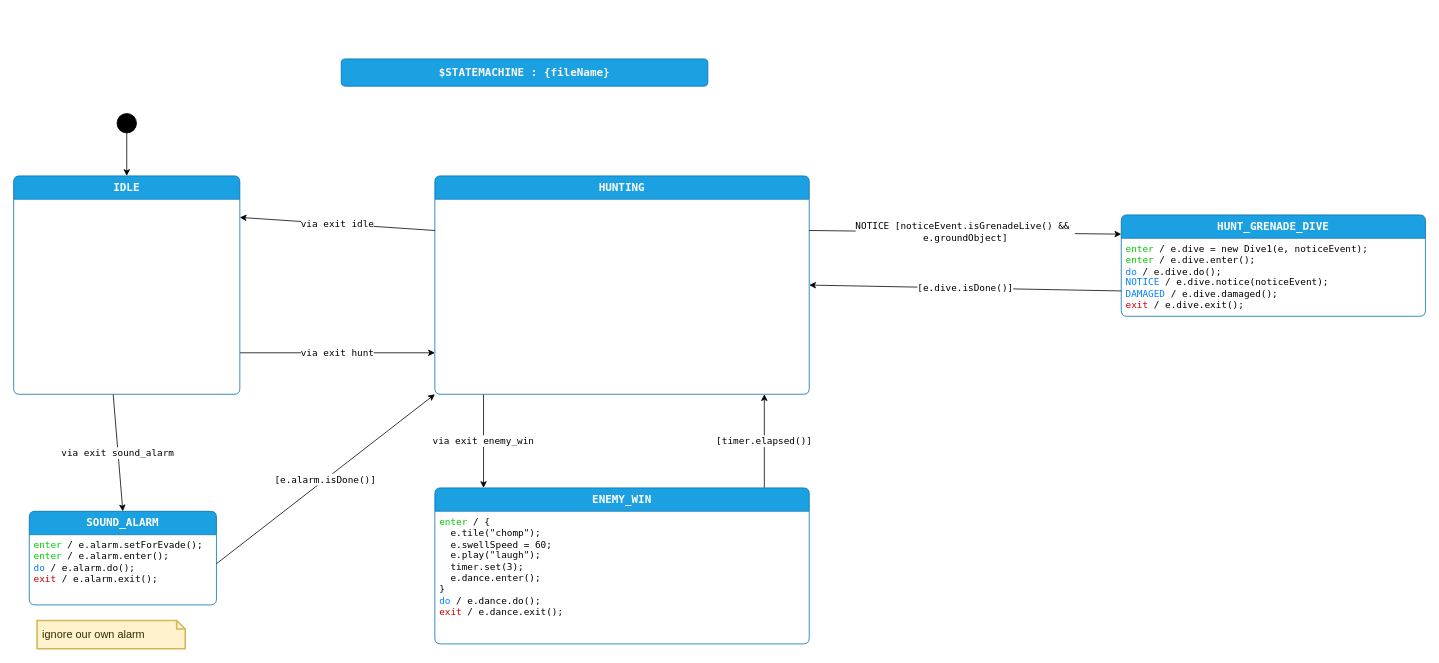
The draw.io diagram page "design" (1 of 3) of enemy3/Enemy3Sm.drawio in adamfk/game-fsm-examples, before the edit. Source tidied: cells renumbered, new cells numbered last; positions are measured from the earlier drawing's top-left corner, leaving out a move shared by most shapes. Both pictures are drawn from the tidied source at 78%, with x=0, y=0 at pixel (13, 58).
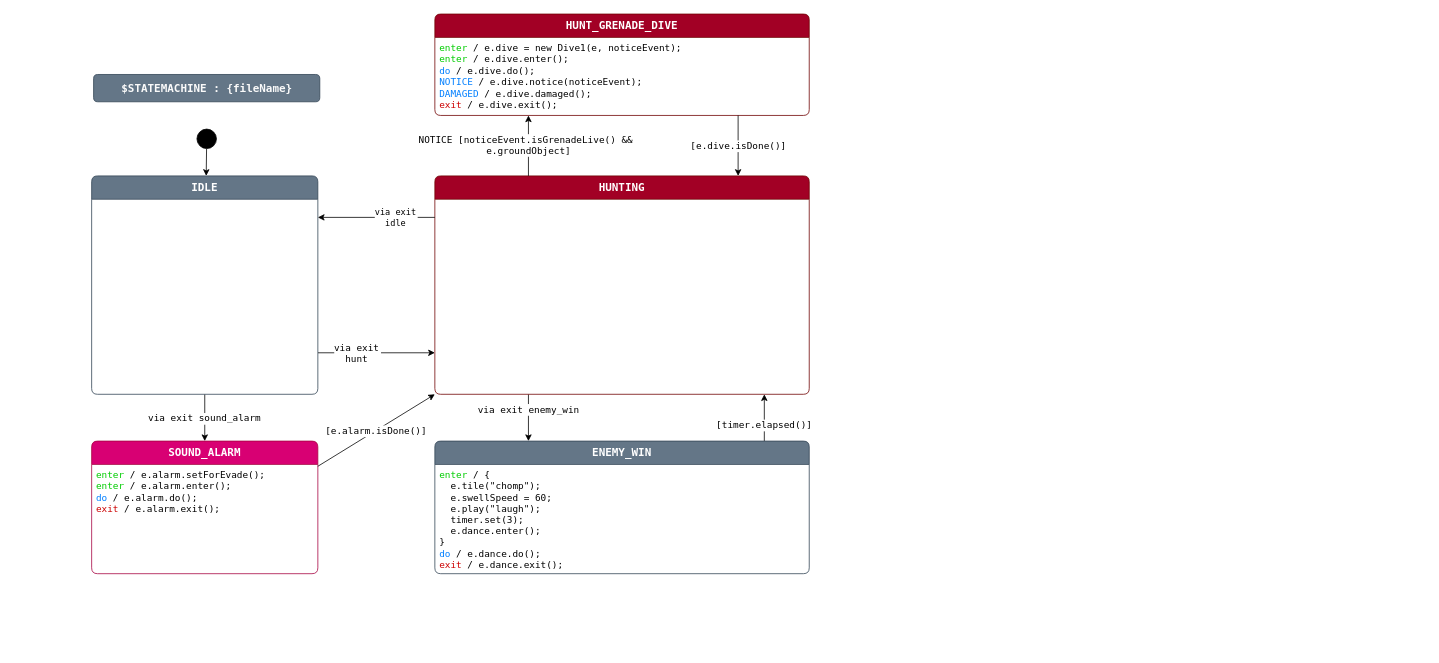
After the change.

Diff of the diagram source:
```diff
@@
-    <mxCell id="2" value="&lt;span style=&quot;color: rgb(250, 250, 250); font-family: &amp;quot;Lucida Console&amp;quot;; font-size: 14px; font-weight: 700; text-wrap: nowrap;&quot;&gt;$STATEMACHINE : {fileName}&lt;/span&gt;" style="rounded=1;whiteSpace=wrap;html=1;fillColor=#1ba1e2;fontColor=#ffffff;strokeColor=#006EAF;" parent="1" vertex="1">
-      <mxGeometry x="420" width="470" height="35" as="geometry" />
+    <mxCell id="2" value="&lt;span style=&quot;color: rgb(250, 250, 250); font-family: &amp;quot;Lucida Console&amp;quot;; font-size: 14px; font-weight: 700; text-wrap: nowrap;&quot;&gt;$STATEMACHINE : {fileName}&lt;/span&gt;" style="rounded=1;whiteSpace=wrap;html=1;fillColor=#647687;fontColor=#ffffff;strokeColor=#314354;" parent="1" vertex="1">
+      <mxGeometry x="102.5" y="20" width="290" height="35" as="geometry" />
     </mxCell>
-    <mxCell id="3" value="via exit enemy_win" style="shape=connector;rounded=0;html=1;exitX=0.13;exitY=1;exitDx=0;exitDy=0;exitPerimeter=0;entryX=0.13;entryY=0;entryDx=0;entryDy=0;entryPerimeter=0;labelBackgroundColor=default;strokeColor=default;fontFamily=Lucida Console;fontSize=12;fontColor=default;endArrow=classic;" parent="1" edge="1" source="4" target="6">
-      <mxGeometry relative="1" as="geometry" />
+    <mxCell id="3" value="via exit enemy_win" style="shape=connector;rounded=0;html=1;exitX=0.25;exitY=1;exitDx=0;exitDy=0;exitPerimeter=0;entryX=0.25;entryY=0;entryDx=0;entryDy=0;entryPerimeter=0;labelBackgroundColor=default;strokeColor=default;fontFamily=Lucida Console;fontSize=12;fontColor=default;endArrow=classic;" parent="1" edge="1" source="4" target="6">
+      <mxGeometry x="-0.33" relative="1" as="geometry" />
     </mxCell>
-    <mxCell id="4" value="HUNTING" style="shape=swimlane;align=center;verticalAlign=top;fontFamily=Lucida Console;startSize=30;fontSize=14;fontStyle=1;fontColor=#ffffff;fillColor=#1ba1e2;swimlaneFillColor=default;rounded=1;arcSize=15;absoluteArcSize=1;points=[[0,0,0,0,0],[0,0.06,0,0,0],[0,0.13,0,0,0],[0,0.19,0,0,0],[0,0.25,0,0,0],[0,0.31,0,0,0],[0,0.38,0,0,0],[0,0.44,0,0,0],[0,0.5,0,0,0],[0,0.56,0,0,0],[0,0.63,0,0,0],[0,0.69,0,0,0],[0,0.75,0,0,0],[0,0.81,0,0,0],[0,0.88,0,0,0],[0,0.94,0,0,0],[0,1,0,0,0],[0.06,0,0,0,0],[0.06,1,0,0,0],[0.13,0,0,0,0],[0.13,1,0,0,0],[0.19,0,0,0,0],[0.19,1,0,0,0],[0.25,0,0,0,0],[0.25,1,0,0,0],[0.31,0,0,0,0],[0.31,1,0,0,0],[0.38,0,0,0,0],[0.38,1,0,0,0],[0.44,0,0,0,0],[0.44,1,0,0,0],[0.5,0,0,0,0],[0.5,1,0,0,0],[0.56,0,0,0,0],[0.56,1,0,0,0],[0.63,0,0,0,0],[0.63,1,0,0,0],[0.69,0,0,0,0],[0.69,1,0,0,0],[0.75,0,0,0,0],[0.75,1,0,0,0],[0.81,0,0,0,0],[0.81,1,0,0,0],[0.88,0,0,0,0],[0.88,1,0,0,0],[0.94,0,0,0,0],[0.94,1,0,0,0],[1,0,0,0,0],[1,0.06,0,0,0],[1,0.13,0,0,0],[1,0.19,0,0,0],[1,0.25,0,0,0],[1,0.31,0,0,0],[1,0.38,0,0,0],[1,0.44,0,0,0],[1,0.5,0,0,0],[1,0.56,0,0,0],[1,0.63,0,0,0],[1,0.69,0,0,0],[1,0.75,0,0,0],[1,0.81,0,0,0],[1,0.88,0,0,0],[1,0.94,0,0,0],[1,1,0,0,0]];strokeColor=#006EAF;labelBackgroundColor=none;" parent="1" vertex="1" collapsed="1">
+    <mxCell id="4" value="HUNTING" style="shape=swimlane;align=center;verticalAlign=top;fontFamily=Lucida Console;startSize=30;fontSize=14;fontStyle=1;fontColor=#ffffff;fillColor=#a20025;swimlaneFillColor=default;rounded=1;arcSize=15;absoluteArcSize=1;points=[[0,0,0,0,0],[0,0.06,0,0,0],[0,0.13,0,0,0],[0,0.19,0,0,0],[0,0.25,0,0,0],[0,0.31,0,0,0],[0,0.38,0,0,0],[0,0.44,0,0,0],[0,0.5,0,0,0],[0,0.56,0,0,0],[0,0.63,0,0,0],[0,0.69,0,0,0],[0,0.75,0,0,0],[0,0.81,0,0,0],[0,0.88,0,0,0],[0,0.94,0,0,0],[0,1,0,0,0],[0.06,0,0,0,0],[0.06,1,0,0,0],[0.13,0,0,0,0],[0.13,1,0,0,0],[0.19,0,0,0,0],[0.19,1,0,0,0],[0.25,0,0,0,0],[0.25,1,0,0,0],[0.31,0,0,0,0],[0.31,1,0,0,0],[0.38,0,0,0,0],[0.38,1,0,0,0],[0.44,0,0,0,0],[0.44,1,0,0,0],[0.5,0,0,0,0],[0.5,1,0,0,0],[0.56,0,0,0,0],[0.56,1,0,0,0],[0.63,0,0,0,0],[0.63,1,0,0,0],[0.69,0,0,0,0],[0.69,1,0,0,0],[0.75,0,0,0,0],[0.75,1,0,0,0],[0.81,0,0,0,0],[0.81,1,0,0,0],[0.88,0,0,0,0],[0.88,1,0,0,0],[0.94,0,0,0,0],[0.94,1,0,0,0],[1,0,0,0,0],[1,0.06,0,0,0],[1,0.13,0,0,0],[1,0.19,0,0,0],[1,0.25,0,0,0],[1,0.31,0,0,0],[1,0.38,0,0,0],[1,0.44,0,0,0],[1,0.5,0,0,0],[1,0.56,0,0,0],[1,0.63,0,0,0],[1,0.69,0,0,0],[1,0.75,0,0,0],[1,0.81,0,0,0],[1,0.88,0,0,0],[1,0.94,0,0,0],[1,1,0,0,0]];strokeColor=#6F0000;labelBackgroundColor=none;" parent="1" vertex="1" collapsed="1">
       <mxGeometry x="540" y="150" width="480" height="280" as="geometry" />
     </mxCell>
     <mxCell id="5" value="[timer.elapsed()]" style="shape=connector;rounded=0;html=1;exitX=0.88;exitY=0;exitDx=0;exitDy=0;exitPerimeter=0;entryX=0.88;entryY=1;entryDx=0;entryDy=0;entryPerimeter=0;labelBackgroundColor=default;strokeColor=default;fontFamily=Lucida Console;fontSize=12;fontColor=default;endArrow=classic;" parent="1" edge="1" source="6" target="4">
-      <mxGeometry relative="1" as="geometry" />
+      <mxGeometry x="-0.33" relative="1" as="geometry" />
     </mxCell>
-    <mxCell id="6" value="ENEMY_WIN" style="shape=swimlane;align=center;verticalAlign=top;fontFamily=Lucida Console;startSize=30;fontSize=14;fontStyle=1;fontColor=#ffffff;fillColor=#1ba1e2;swimlaneFillColor=default;rounded=1;arcSize=15;absoluteArcSize=1;points=[[0,0,0,0,0],[0,0.06,0,0,0],[0,0.13,0,0,0],[0,0.19,0,0,0],[0,0.25,0,0,0],[0,0.31,0,0,0],[0,0.38,0,0,0],[0,0.44,0,0,0],[0,0.5,0,0,0],[0,0.56,0,0,0],[0,0.63,0,0,0],[0,0.69,0,0,0],[0,0.75,0,0,0],[0,0.81,0,0,0],[0,0.88,0,0,0],[0,0.94,0,0,0],[0,1,0,0,0],[0.06,0,0,0,0],[0.06,1,0,0,0],[0.13,0,0,0,0],[0.13,1,0,0,0],[0.19,0,0,0,0],[0.19,1,0,0,0],[0.25,0,0,0,0],[0.25,1,0,0,0],[0.31,0,0,0,0],[0.31,1,0,0,0],[0.38,0,0,0,0],[0.38,1,0,0,0],[0.44,0,0,0,0],[0.44,1,0,0,0],[0.5,0,0,0,0],[0.5,1,0,0,0],[0.56,0,0,0,0],[0.56,1,0,0,0],[0.63,0,0,0,0],[0.63,1,0,0,0],[0.69,0,0,0,0],[0.69,1,0,0,0],[0.75,0,0,0,0],[0.75,1,0,0,0],[0.81,0,0,0,0],[0.81,1,0,0,0],[0.88,0,0,0,0],[0.88,1,0,0,0],[0.94,0,0,0,0],[0.94,1,0,0,0],[1,0,0,0,0],[1,0.06,0,0,0],[1,0.13,0,0,0],[1,0.19,0,0,0],[1,0.25,0,0,0],[1,0.31,0,0,0],[1,0.38,0,0,0],[1,0.44,0,0,0],[1,0.5,0,0,0],[1,0.56,0,0,0],[1,0.63,0,0,0],[1,0.69,0,0,0],[1,0.75,0,0,0],[1,0.81,0,0,0],[1,0.88,0,0,0],[1,0.94,0,0,0],[1,1,0,0,0]];strokeColor=#006EAF;labelBackgroundColor=none;" parent="1" vertex="1">
-      <mxGeometry x="540" y="550" width="480" height="200" as="geometry" />
+    <mxCell id="6" value="ENEMY_WIN" style="shape=swimlane;align=center;verticalAlign=top;fontFamily=Lucida Console;startSize=30;fontSize=14;fontStyle=1;fontColor=#ffffff;fillColor=#647687;swimlaneFillColor=default;rounded=1;arcSize=15;absoluteArcSize=1;points=[[0,0,0,0,0],[0,0.06,0,0,0],[0,0.13,0,0,0],[0,0.19,0,0,0],[0,0.25,0,0,0],[0,0.31,0,0,0],[0,0.38,0,0,0],[0,0.44,0,0,0],[0,0.5,0,0,0],[0,0.56,0,0,0],[0,0.63,0,0,0],[0,0.69,0,0,0],[0,0.75,0,0,0],[0,0.81,0,0,0],[0,0.88,0,0,0],[0,0.94,0,0,0],[0,1,0,0,0],[0.06,0,0,0,0],[0.06,1,0,0,0],[0.13,0,0,0,0],[0.13,1,0,0,0],[0.19,0,0,0,0],[0.19,1,0,0,0],[0.25,0,0,0,0],[0.25,1,0,0,0],[0.31,0,0,0,0],[0.31,1,0,0,0],[0.38,0,0,0,0],[0.38,1,0,0,0],[0.44,0,0,0,0],[0.44,1,0,0,0],[0.5,0,0,0,0],[0.5,1,0,0,0],[0.56,0,0,0,0],[0.56,1,0,0,0],[0.63,0,0,0,0],[0.63,1,0,0,0],[0.69,0,0,0,0],[0.69,1,0,0,0],[0.75,0,0,0,0],[0.75,1,0,0,0],[0.81,0,0,0,0],[0.81,1,0,0,0],[0.88,0,0,0,0],[0.88,1,0,0,0],[0.94,0,0,0,0],[0.94,1,0,0,0],[1,0,0,0,0],[1,0.06,0,0,0],[1,0.13,0,0,0],[1,0.19,0,0,0],[1,0.25,0,0,0],[1,0.31,0,0,0],[1,0.38,0,0,0],[1,0.44,0,0,0],[1,0.5,0,0,0],[1,0.56,0,0,0],[1,0.63,0,0,0],[1,0.69,0,0,0],[1,0.75,0,0,0],[1,0.81,0,0,0],[1,0.88,0,0,0],[1,0.94,0,0,0],[1,1,0,0,0]];strokeColor=#314354;labelBackgroundColor=none;" parent="1" vertex="1">
+      <mxGeometry x="540" y="490" width="480" height="170" as="geometry" />
     </mxCell>
@@
-    <mxCell id="8" value="via exit hunt" style="edgeStyle=none;html=1;exitX=1;exitY=0.81;exitDx=0;exitDy=0;exitPerimeter=0;entryX=0;entryY=0.81;entryDx=0;entryDy=0;entryPerimeter=0;fontSize=12;fontFamily=Lucida Console;" parent="1" edge="1" source="10" target="4">
-      <mxGeometry relative="1" as="geometry" />
+    <mxCell id="8" value="via exit&#10;hunt" style="edgeStyle=none;exitX=1;exitY=0.81;exitDx=0;exitDy=0;exitPerimeter=0;entryX=0;entryY=0.81;entryDx=0;entryDy=0;entryPerimeter=0;fontSize=12;fontFamily=Lucida Console;" parent="1" edge="1" source="10" target="4">
+      <mxGeometry x="-0.33" relative="1" as="geometry" />
     </mxCell>
-    <mxCell id="9" value="via exit sound_alarm" style="edgeStyle=none;html=0;exitX=0.44;exitY=1;exitDx=0;exitDy=0;exitPerimeter=0;entryX=0.5;entryY=0;entryDx=0;entryDy=0;entryPerimeter=0;fontFamily=Lucida Console;fontSize=12;" parent="1" edge="1" source="10" target="14">
+    <mxCell id="9" value="via exit sound_alarm" style="edgeStyle=none;html=0;exitX=0.5;exitY=1;exitDx=0;exitDy=0;exitPerimeter=0;entryX=0.5;entryY=0;entryDx=0;entryDy=0;entryPerimeter=0;fontFamily=Lucida Console;fontSize=12;" parent="1" edge="1" source="10" target="14">
       <mxGeometry relative="1" as="geometry" />
     </mxCell>
-    <mxCell id="10" value="IDLE" style="shape=swimlane;align=center;verticalAlign=top;fontFamily=Lucida Console;startSize=30;fontSize=14;fontStyle=1;fontColor=#ffffff;fillColor=#1ba1e2;swimlaneFillColor=default;rounded=1;arcSize=15;absoluteArcSize=1;points=[[0,0,0,0,0],[0,0.06,0,0,0],[0,0.13,0,0,0],[0,0.19,0,0,0],[0,0.25,0,0,0],[0,0.31,0,0,0],[0,0.38,0,0,0],[0,0.44,0,0,0],[0,0.5,0,0,0],[0,0.56,0,0,0],[0,0.63,0,0,0],[0,0.69,0,0,0],[0,0.75,0,0,0],[0,0.81,0,0,0],[0,0.88,0,0,0],[0,0.94,0,0,0],[0,1,0,0,0],[0.06,0,0,0,0],[0.06,1,0,0,0],[0.13,0,0,0,0],[0.13,1,0,0,0],[0.19,0,0,0,0],[0.19,1,0,0,0],[0.25,0,0,0,0],[0.25,1,0,0,0],[0.31,0,0,0,0],[0.31,1,0,0,0],[0.38,0,0,0,0],[0.38,1,0,0,0],[0.44,0,0,0,0],[0.44,1,0,0,0],[0.5,0,0,0,0],[0.5,1,0,0,0],[0.56,0,0,0,0],[0.56,1,0,0,0],[0.63,0,0,0,0],[0.63,1,0,0,0],[0.69,0,0,0,0],[0.69,1,0,0,0],[0.75,0,0,0,0],[0.75,1,0,0,0],[0.81,0,0,0,0],[0.81,1,0,0,0],[0.88,0,0,0,0],[0.88,1,0,0,0],[0.94,0,0,0,0],[0.94,1,0,0,0],[1,0,0,0,0],[1,0.06,0,0,0],[1,0.13,0,0,0],[1,0.19,0,0,0],[1,0.25,0,0,0],[1,0.31,0,0,0],[1,0.38,0,0,0],[1,0.44,0,0,0],[1,0.5,0,0,0],[1,0.56,0,0,0],[1,0.63,0,0,0],[1,0.69,0,0,0],[1,0.75,0,0,0],[1,0.81,0,0,0],[1,0.88,0,0,0],[1,0.94,0,0,0],[1,1,0,0,0]];strokeColor=#006EAF;labelBackgroundColor=none;" parent="1" vertex="1" collapsed="1">
-      <mxGeometry y="150" width="290" height="280" as="geometry" />
+    <mxCell id="10" value="IDLE" style="shape=swimlane;align=center;verticalAlign=top;fontFamily=Lucida Console;startSize=30;fontSize=14;fontStyle=1;fontColor=#ffffff;fillColor=#647687;swimlaneFillColor=default;rounded=1;arcSize=15;absoluteArcSize=1;points=[[0,0,0,0,0],[0,0.06,0,0,0],[0,0.13,0,0,0],[0,0.19,0,0,0],[0,0.25,0,0,0],[0,0.31,0,0,0],[0,0.38,0,0,0],[0,0.44,0,0,0],[0,0.5,0,0,0],[0,0.56,0,0,0],[0,0.63,0,0,0],[0,0.69,0,0,0],[0,0.75,0,0,0],[0,0.81,0,0,0],[0,0.88,0,0,0],[0,0.94,0,0,0],[0,1,0,0,0],[0.06,0,0,0,0],[0.06,1,0,0,0],[0.13,0,0,0,0],[0.13,1,0,0,0],[0.19,0,0,0,0],[0.19,1,0,0,0],[0.25,0,0,0,0],[0.25,1,0,0,0],[0.31,0,0,0,0],[0.31,1,0,0,0],[0.38,0,0,0,0],[0.38,1,0,0,0],[0.44,0,0,0,0],[0.44,1,0,0,0],[0.5,0,0,0,0],[0.5,1,0,0,0],[0.56,0,0,0,0],[0.56,1,0,0,0],[0.63,0,0,0,0],[0.63,1,0,0,0],[0.69,0,0,0,0],[0.69,1,0,0,0],[0.75,0,0,0,0],[0.75,1,0,0,0],[0.81,0,0,0,0],[0.81,1,0,0,0],[0.88,0,0,0,0],[0.88,1,0,0,0],[0.94,0,0,0,0],[0.94,1,0,0,0],[1,0,0,0,0],[1,0.06,0,0,0],[1,0.13,0,0,0],[1,0.19,0,0,0],[1,0.25,0,0,0],[1,0.31,0,0,0],[1,0.38,0,0,0],[1,0.44,0,0,0],[1,0.5,0,0,0],[1,0.56,0,0,0],[1,0.63,0,0,0],[1,0.69,0,0,0],[1,0.75,0,0,0],[1,0.81,0,0,0],[1,0.88,0,0,0],[1,0.94,0,0,0],[1,1,0,0,0]];strokeColor=#314354;labelBackgroundColor=none;" parent="1" vertex="1" collapsed="1">
+      <mxGeometry x="100" y="150" width="290" height="280" as="geometry" />
     </mxCell>
-    <mxCell id="11" value="&lt;font face=&quot;Lucida Console&quot;&gt;&lt;span style=&quot;font-size: 12px;&quot;&gt;via exit idle&lt;/span&gt;&lt;/font&gt;" style="edgeStyle=none;html=1;exitX=0;exitY=0.25;exitDx=0;exitDy=0;exitPerimeter=0;entryX=1;entryY=0.19;entryDx=0;entryDy=0;entryPerimeter=0;" parent="1" edge="1" source="4" target="10">
-      <mxGeometry relative="1" as="geometry" />
+    <mxCell id="11" value="via exit&#10;idle" style="edgeStyle=none;entryX=1;entryY=0.19;entryDx=0;entryDy=0;entryPerimeter=0;exitX=0;exitY=0.19;exitDx=0;exitDy=0;exitPerimeter=0;fontFamily=Lucida Console;" parent="1" edge="1" source="4" target="10">
+      <mxGeometry x="-0.33" relative="1" as="geometry" />
     </mxCell>
@@
     <mxCell id="13" value="$initial_state" style="shape=ellipse;fillColor=#000000;noLabel=1;" parent="1" vertex="1">
-      <mxGeometry x="132.5" y="70" width="25" height="25" as="geometry" />
+      <mxGeometry x="235" y="90" width="25" height="25" as="geometry" />
     </mxCell>
-    <mxCell id="14" value="SOUND_ALARM" style="shape=swimlane;align=center;verticalAlign=top;fontFamily=Lucida Console;startSize=30;fontSize=14;fontStyle=1;fontColor=#ffffff;fillColor=#1ba1e2;swimlaneFillColor=default;rounded=1;arcSize=15;absoluteArcSize=1;points=[[0,0,0,0,0],[0,0.06,0,0,0],[0,0.13,0,0,0],[0,0.19,0,0,0],[0,0.25,0,0,0],[0,0.31,0,0,0],[0,0.38,0,0,0],[0,0.44,0,0,0],[0,0.5,0,0,0],[0,0.56,0,0,0],[0,0.63,0,0,0],[0,0.69,0,0,0],[0,0.75,0,0,0],[0,0.81,0,0,0],[0,0.88,0,0,0],[0,0.94,0,0,0],[0,1,0,0,0],[0.06,0,0,0,0],[0.06,1,0,0,0],[0.13,0,0,0,0],[0.13,1,0,0,0],[0.19,0,0,0,0],[0.19,1,0,0,0],[0.25,0,0,0,0],[0.25,1,0,0,0],[0.31,0,0,0,0],[0.31,1,0,0,0],[0.38,0,0,0,0],[0.38,1,0,0,0],[0.44,0,0,0,0],[0.44,1,0,0,0],[0.5,0,0,0,0],[0.5,1,0,0,0],[0.56,0,0,0,0],[0.56,1,0,0,0],[0.63,0,0,0,0],[0.63,1,0,0,0],[0.69,0,0,0,0],[0.69,1,0,0,0],[0.75,0,0,0,0],[0.75,1,0,0,0],[0.81,0,0,0,0],[0.81,1,0,0,0],[0.88,0,0,0,0],[0.88,1,0,0,0],[0.94,0,0,0,0],[0.94,1,0,0,0],[1,0,0,0,0],[1,0.06,0,0,0],[1,0.13,0,0,0],[1,0.19,0,0,0],[1,0.25,0,0,0],[1,0.31,0,0,0],[1,0.38,0,0,0],[1,0.44,0,0,0],[1,0.5,0,0,0],[1,0.56,0,0,0],[1,0.63,0,0,0],[1,0.69,0,0,0],[1,0.75,0,0,0],[1,0.81,0,0,0],[1,0.88,0,0,0],[1,0.94,0,0,0],[1,1,0,0,0]];strokeColor=#006EAF;labelBackgroundColor=none;" parent="1" vertex="1">
-      <mxGeometry x="20" y="580" width="240" height="120" as="geometry" />
+    <mxCell id="14" value="SOUND_ALARM" style="shape=swimlane;align=center;verticalAlign=top;fontFamily=Lucida Console;startSize=30;fontSize=14;fontStyle=1;fontColor=#ffffff;fillColor=#d80073;swimlaneFillColor=default;rounded=1;arcSize=15;absoluteArcSize=1;points=[[0,0,0,0,0],[0,0.06,0,0,0],[0,0.13,0,0,0],[0,0.19,0,0,0],[0,0.25,0,0,0],[0,0.31,0,0,0],[0,0.38,0,0,0],[0,0.44,0,0,0],[0,0.5,0,0,0],[0,0.56,0,0,0],[0,0.63,0,0,0],[0,0.69,0,0,0],[0,0.75,0,0,0],[0,0.81,0,0,0],[0,0.88,0,0,0],[0,0.94,0,0,0],[0,1,0,0,0],[0.06,0,0,0,0],[0.06,1,0,0,0],[0.13,0,0,0,0],[0.13,1,0,0,0],[0.19,0,0,0,0],[0.19,1,0,0,0],[0.25,0,0,0,0],[0.25,1,0,0,0],[0.31,0,0,0,0],[0.31,1,0,0,0],[0.38,0,0,0,0],[0.38,1,0,0,0],[0.44,0,0,0,0],[0.44,1,0,0,0],[0.5,0,0,0,0],[0.5,1,0,0,0],[0.56,0,0,0,0],[0.56,1,0,0,0],[0.63,0,0,0,0],[0.63,1,0,0,0],[0.69,0,0,0,0],[0.69,1,0,0,0],[0.75,0,0,0,0],[0.75,1,0,0,0],[0.81,0,0,0,0],[0.81,1,0,0,0],[0.88,0,0,0,0],[0.88,1,0,0,0],[0.94,0,0,0,0],[0.94,1,0,0,0],[1,0,0,0,0],[1,0.06,0,0,0],[1,0.13,0,0,0],[1,0.19,0,0,0],[1,0.25,0,0,0],[1,0.31,0,0,0],[1,0.38,0,0,0],[1,0.44,0,0,0],[1,0.5,0,0,0],[1,0.56,0,0,0],[1,0.63,0,0,0],[1,0.69,0,0,0],[1,0.75,0,0,0],[1,0.81,0,0,0],[1,0.88,0,0,0],[1,0.94,0,0,0],[1,1,0,0,0]];strokeColor=#A50040;labelBackgroundColor=none;" parent="1" vertex="1">
+      <mxGeometry x="100" y="490" width="290" height="170" as="geometry" />
     </mxCell>
@@
-    <mxCell id="16" value="ignore our own alarm&lt;div&gt;&lt;/div&gt;" style="shape=note;strokeWidth=2;fontSize=14;size=11;whiteSpace=wrap;html=1;fillColor=#fff2cc;strokeColor=#d6b656;fontColor=#303000;align=left;spacingLeft=5;verticalAlign=middle;fontFamily=Helvetica;" parent="1" vertex="1">
-      <mxGeometry x="30" y="720" width="190" height="36.2" as="geometry" />
-    </mxCell>
-    <mxCell id="17" value="[e.alarm.isDone()]" style="edgeStyle=none;html=0;exitX=1;exitY=0.56;exitDx=0;exitDy=0;exitPerimeter=0;fontFamily=Lucida Console;fontSize=12;entryX=0;entryY=1;entryDx=0;entryDy=0;entryPerimeter=0;" parent="1" edge="1" source="14" target="4">
+    <mxCell id="17" value="[e.alarm.isDone()]" style="edgeStyle=none;html=0;exitX=1;exitY=0.19;exitDx=0;exitDy=0;exitPerimeter=0;fontFamily=Lucida Console;fontSize=12;entryX=0;entryY=1;entryDx=0;entryDy=0;entryPerimeter=0;" parent="1" edge="1" source="14" target="4">
       <mxGeometry relative="1" as="geometry" />
     </mxCell>
-    <mxCell id="18" value="HUNT_GRENADE_DIVE" style="shape=swimlane;align=center;verticalAlign=top;fontFamily=Lucida Console;startSize=30;fontSize=14;fontStyle=1;fontColor=#ffffff;fillColor=#1ba1e2;swimlaneFillColor=default;rounded=1;arcSize=15;absoluteArcSize=1;points=[[0,0,0,0,0],[0,0.06,0,0,0],[0,0.13,0,0,0],[0,0.19,0,0,0],[0,0.25,0,0,0],[0,0.31,0,0,0],[0,0.38,0,0,0],[0,0.44,0,0,0],[0,0.5,0,0,0],[0,0.56,0,0,0],[0,0.63,0,0,0],[0,0.69,0,0,0],[0,0.75,0,0,0],[0,0.81,0,0,0],[0,0.88,0,0,0],[0,0.94,0,0,0],[0,1,0,0,0],[0.06,0,0,0,0],[0.06,1,0,0,0],[0.13,0,0,0,0],[0.13,1,0,0,0],[0.19,0,0,0,0],[0.19,1,0,0,0],[0.25,0,0,0,0],[0.25,1,0,0,0],[0.31,0,0,0,0],[0.31,1,0,0,0],[0.38,0,0,0,0],[0.38,1,0,0,0],[0.44,0,0,0,0],[0.44,1,0,0,0],[0.5,0,0,0,0],[0.5,1,0,0,0],[0.56,0,0,0,0],[0.56,1,0,0,0],[0.63,0,0,0,0],[0.63,1,0,0,0],[0.69,0,0,0,0],[0.69,1,0,0,0],[0.75,0,0,0,0],[0.75,1,0,0,0],[0.81,0,0,0,0],[0.81,1,0,0,0],[0.88,0,0,0,0],[0.88,1,0,0,0],[0.94,0,0,0,0],[0.94,1,0,0,0],[1,0,0,0,0],[1,0.06,0,0,0],[1,0.13,0,0,0],[1,0.19,0,0,0],[1,0.25,0,0,0],[1,0.31,0,0,0],[1,0.38,0,0,0],[1,0.44,0,0,0],[1,0.5,0,0,0],[1,0.56,0,0,0],[1,0.63,0,0,0],[1,0.69,0,0,0],[1,0.75,0,0,0],[1,0.81,0,0,0],[1,0.88,0,0,0],[1,0.94,0,0,0],[1,1,0,0,0]];strokeColor=#006EAF;labelBackgroundColor=none;" parent="1" vertex="1">
-      <mxGeometry x="1420" y="200" width="390" height="130" as="geometry" />
+    <mxCell id="18" value="HUNT_GRENADE_DIVE" style="shape=swimlane;align=center;verticalAlign=top;fontFamily=Lucida Console;startSize=30;fontSize=14;fontStyle=1;fontColor=#ffffff;fillColor=#a20025;swimlaneFillColor=default;rounded=1;arcSize=15;absoluteArcSize=1;points=[[0,0,0,0,0],[0,0.06,0,0,0],[0,0.13,0,0,0],[0,0.19,0,0,0],[0,0.25,0,0,0],[0,0.31,0,0,0],[0,0.38,0,0,0],[0,0.44,0,0,0],[0,0.5,0,0,0],[0,0.56,0,0,0],[0,0.63,0,0,0],[0,0.69,0,0,0],[0,0.75,0,0,0],[0,0.81,0,0,0],[0,0.88,0,0,0],[0,0.94,0,0,0],[0,1,0,0,0],[0.06,0,0,0,0],[0.06,1,0,0,0],[0.13,0,0,0,0],[0.13,1,0,0,0],[0.19,0,0,0,0],[0.19,1,0,0,0],[0.25,0,0,0,0],[0.25,1,0,0,0],[0.31,0,0,0,0],[0.31,1,0,0,0],[0.38,0,0,0,0],[0.38,1,0,0,0],[0.44,0,0,0,0],[0.44,1,0,0,0],[0.5,0,0,0,0],[0.5,1,0,0,0],[0.56,0,0,0,0],[0.56,1,0,0,0],[0.63,0,0,0,0],[0.63,1,0,0,0],[0.69,0,0,0,0],[0.69,1,0,0,0],[0.75,0,0,0,0],[0.75,1,0,0,0],[0.81,0,0,0,0],[0.81,1,0,0,0],[0.88,0,0,0,0],[0.88,1,0,0,0],[0.94,0,0,0,0],[0.94,1,0,0,0],[1,0,0,0,0],[1,0.06,0,0,0],[1,0.13,0,0,0],[1,0.19,0,0,0],[1,0.25,0,0,0],[1,0.31,0,0,0],[1,0.38,0,0,0],[1,0.44,0,0,0],[1,0.5,0,0,0],[1,0.56,0,0,0],[1,0.63,0,0,0],[1,0.69,0,0,0],[1,0.75,0,0,0],[1,0.81,0,0,0],[1,0.88,0,0,0],[1,0.94,0,0,0],[1,1,0,0,0]];strokeColor=#6F0000;labelBackgroundColor=none;" parent="1" vertex="1">
+      <mxGeometry x="540" y="-57.5" width="480" height="130" as="geometry" />
     </mxCell>
@@
-    <mxCell id="20" value="NOTICE [noticeEvent.isGrenadeLive() &amp;amp;&amp;amp;&amp;nbsp;&lt;div&gt;e.groundObject]&lt;/div&gt;" style="edgeStyle=none;shape=connector;rounded=0;jettySize=auto;html=1;exitX=1;exitY=0.25;exitDx=0;exitDy=0;exitPerimeter=0;entryX=0;entryY=0.19;entryDx=0;entryDy=0;entryPerimeter=0;strokeColor=default;align=center;verticalAlign=middle;fontFamily=Lucida Console;fontSize=12;fontColor=default;labelBackgroundColor=default;endArrow=classic;" parent="1" edge="1" source="4" target="18">
+    <mxCell id="20" value="NOTICE [noticeEvent.isGrenadeLive() &amp;amp;&amp;amp;&amp;nbsp;&lt;div&gt;e.groundObject]&lt;/div&gt;" style="edgeStyle=none;shape=connector;rounded=0;jettySize=auto;html=1;strokeColor=default;align=center;verticalAlign=middle;fontFamily=Lucida Console;fontSize=12;fontColor=default;labelBackgroundColor=default;endArrow=classic;exitX=0.25;exitY=0;exitDx=0;exitDy=0;exitPerimeter=0;entryX=0.25;entryY=1;entryDx=0;entryDy=0;entryPerimeter=0;" parent="1" edge="1" source="4" target="18">
       <mxGeometry relative="1" as="geometry" />
     </mxCell>
-    <mxCell id="21" value="[e.dive.isDone()]" style="edgeStyle=none;shape=connector;rounded=0;jettySize=auto;html=1;exitX=0;exitY=0.75;exitDx=0;exitDy=0;exitPerimeter=0;entryX=1;entryY=0.5;entryDx=0;entryDy=0;entryPerimeter=0;strokeColor=default;align=center;verticalAlign=middle;fontFamily=Lucida Console;fontSize=12;fontColor=default;labelBackgroundColor=default;endArrow=classic;" parent="1" edge="1" source="18" target="4">
+    <mxCell id="21" value="[e.dive.isDone()]" style="edgeStyle=none;shape=connector;rounded=0;jettySize=auto;html=1;entryX=0.81;entryY=0;entryDx=0;entryDy=0;entryPerimeter=0;strokeColor=default;align=center;verticalAlign=middle;fontFamily=Lucida Console;fontSize=12;fontColor=default;labelBackgroundColor=default;endArrow=classic;exitX=0.81;exitY=1;exitDx=0;exitDy=0;exitPerimeter=0;" parent="1" edge="1" source="18" target="4">
       <mxGeometry relative="1" as="geometry" />
     </mxCell>
```
